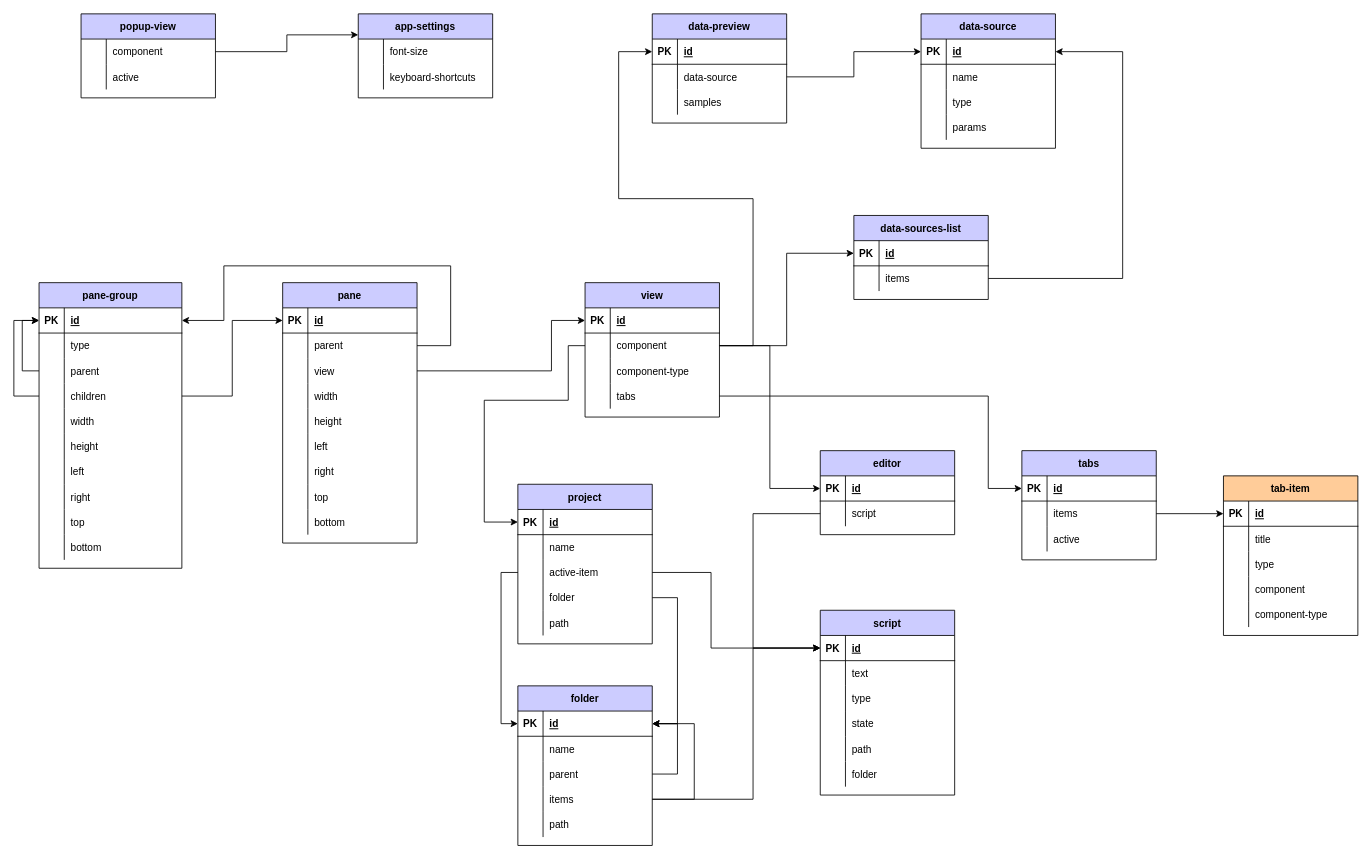
This is data-model.drawio from parencat/dreef, a draw.io file, before an edit. Source tidied: cells renumbered, new cells numbered last; positions are measured from the earlier drawing's top-left corner, leaving out a move shared by most shapes. Both pictures are drawn from the tidied source at 84%, with x=0, y=0 at pixel (13, 13).
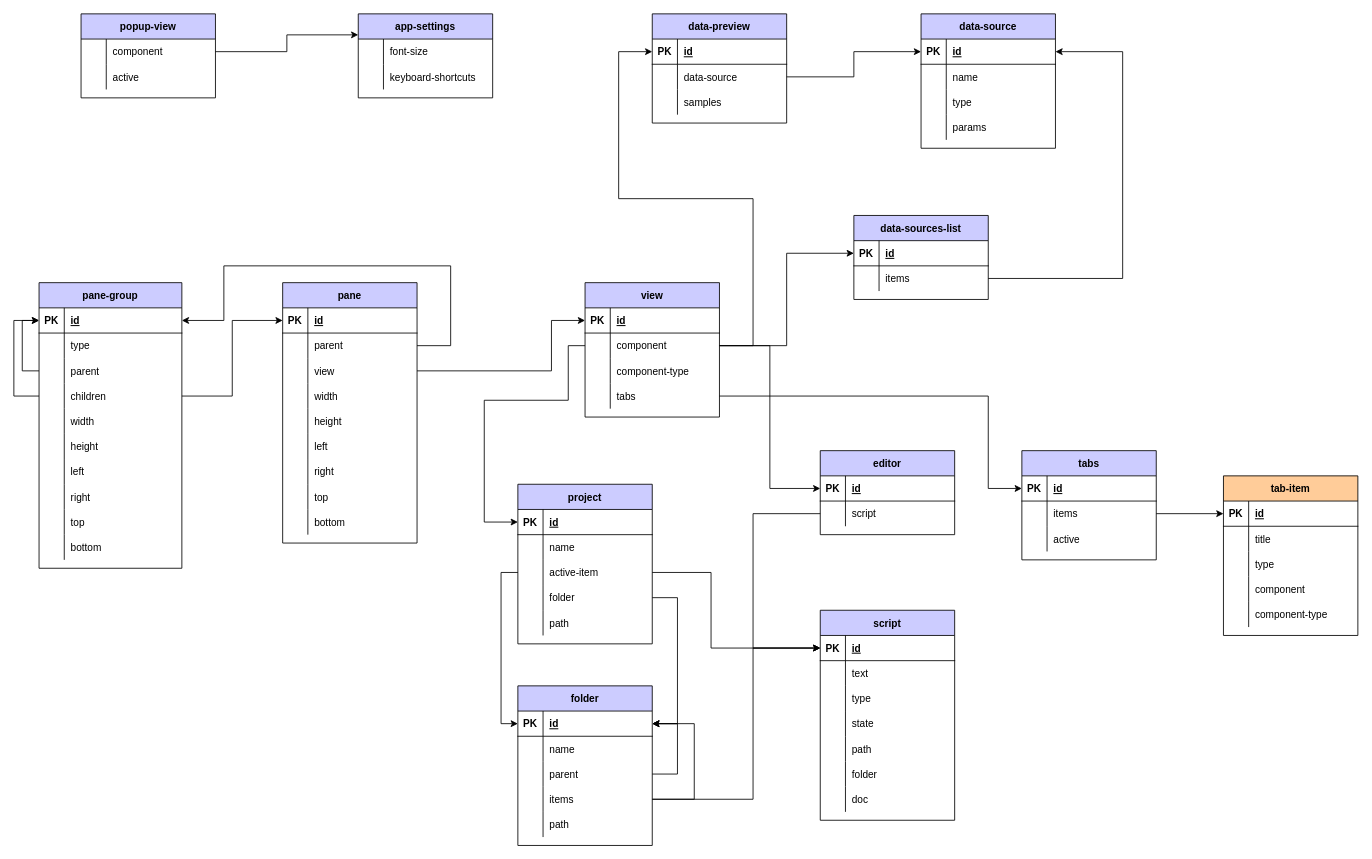
The same page after the edit.

Diff of the diagram source:
```diff
@@
     <mxCell id="100" value="script" style="shape=table;startSize=30;childLayout=tableLayout;rowLines=0;fontStyle=1;align=center;fillColor=#CCCCFF;" parent="1" vertex="1">
-      <mxGeometry x="960" y="710" width="160" height="220" as="geometry" />
+      <mxGeometry x="960" y="710" width="160" height="250" as="geometry" />
     </mxCell>
@@
+    <mxCell id="223" style="shape=partialRectangle;fillColor=none;top=0;left=0;right=0;bottom=0;" parent="100" vertex="1">
+      <mxGeometry y="210" width="160" height="30" as="geometry" />
+    </mxCell>
+    <mxCell id="224" style="shape=partialRectangle;overflow=hidden;fillColor=none;top=0;left=0;bottom=0;right=0;" parent="223" vertex="1">
+      <mxGeometry width="30" height="30" as="geometry" />
+    </mxCell>
+    <mxCell id="225" value="doc" style="shape=partialRectangle;overflow=hidden;fillColor=none;top=0;left=0;bottom=0;right=0;align=left;spacingLeft=6;" parent="223" vertex="1">
+      <mxGeometry x="30" width="130" height="30" as="geometry" />
+    </mxCell>
```
